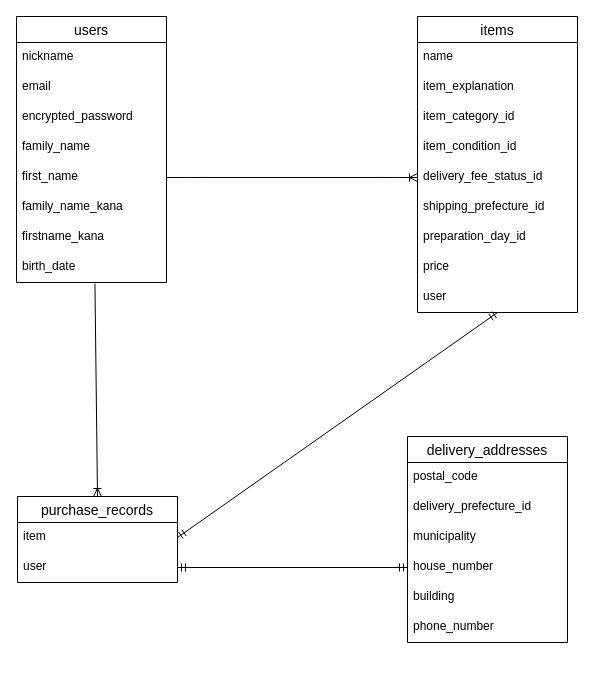
Above: furima_31773.dio in hide-sugi/furima-31773 (draw.io), before the change. Source tidied: cells renumbered, new cells numbered last; positions are measured from the earlier drawing's top-left corner, leaving out a move shared by most shapes. Both pictures are drawn from the tidied source at 100%, with x=0, y=0 at pixel (16, 16).
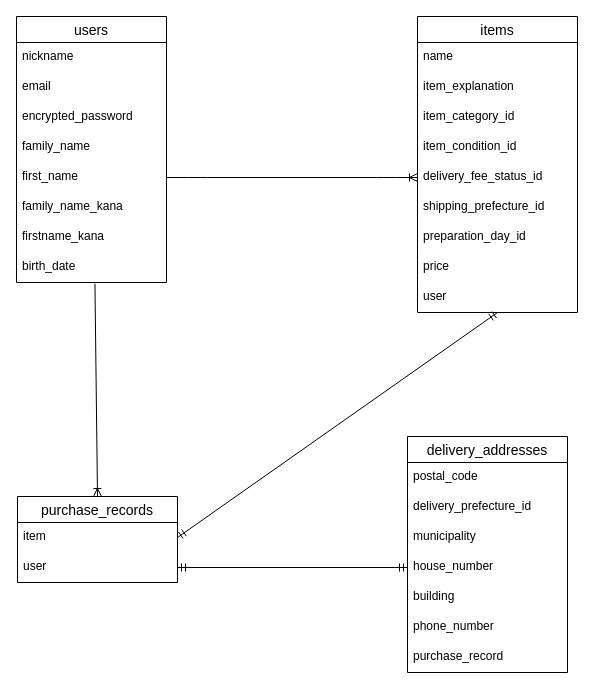
After the change.

Commit message (it also covers changes not shown here):
READMEとER図の修正4

Diff of the diagram source:
```diff
@@
     <mxCell id="29" value="delivery_addresses" style="swimlane;fontStyle=0;horizontal=1;startSize=26;align=center;fontSize=14;" parent="1" vertex="1">
-      <mxGeometry x="391" y="420" width="160" height="206" as="geometry" />
+      <mxGeometry x="391" y="420" width="160" height="236" as="geometry" />
     </mxCell>
@@
+    <mxCell id="36" value="purchase_record" style="text;strokeColor=none;fillColor=none;spacingLeft=4;spacingRight=4;overflow=hidden;fontSize=12;" parent="29" vertex="1">
+      <mxGeometry y="206" width="160" height="30" as="geometry" />
+    </mxCell>
```
